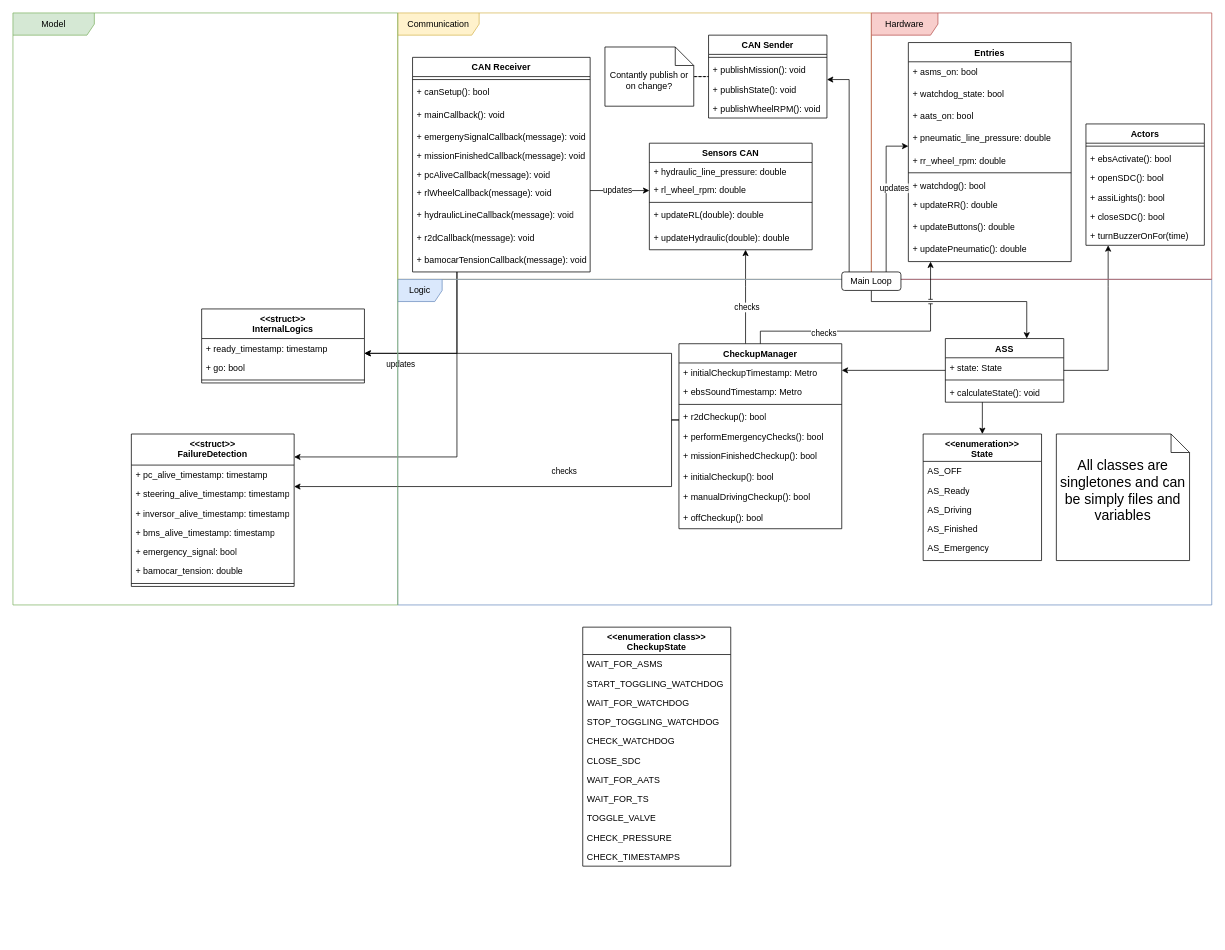
Before: docs/diagrams/Master/master-class-diagram.drawio in fs-feup/el-sw, a draw.io diagram. Source tidied: cells renumbered, new cells numbered last; positions are measured from the earlier drawing's top-left corner, leaving out a move shared by most shapes. Both pictures are drawn from the tidied source at 74%, with x=0, y=0 at pixel (13, 13).
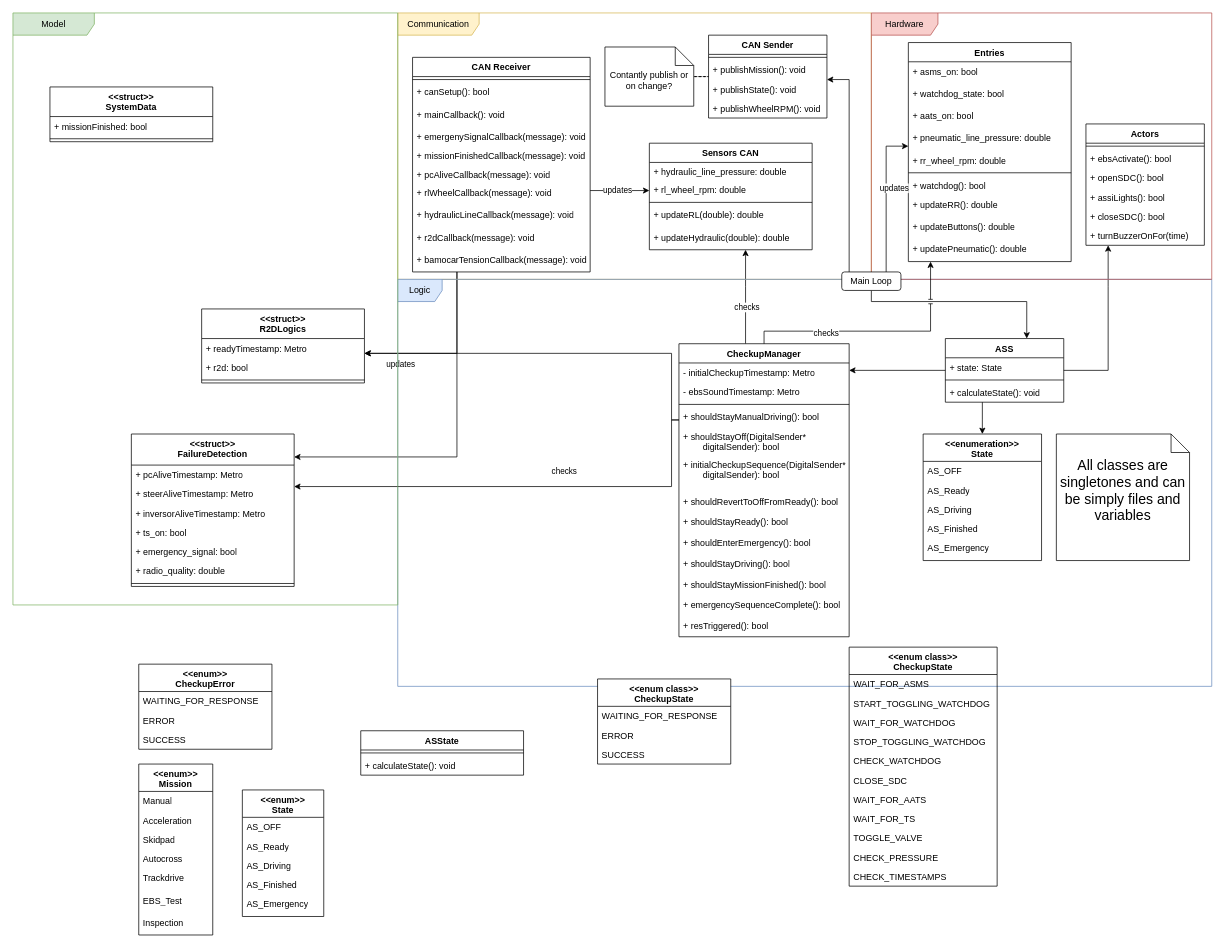
The same diagram, later.

Unchanged cells that the change refers to:
```xml
<mxCell id="78" value="&amp;lt;&amp;lt;struct&amp;gt;&amp;gt;&lt;br&gt;FailureDetection" style="swimlane;fontStyle=1;align=center;verticalAlign=top;horizontal=1;startSize=42;whiteSpace=wrap;html=1;" parent="1" vertex="1">
  <mxGeometry x="160" y="569" width="220" height="206" as="geometry" />
</mxCell>
```

The edit, as a diff of the source:
```diff
@@
     <mxCell id="35" value="CheckupManager" style="swimlane;fontStyle=1;align=center;verticalAlign=top;horizontal=1;startSize=26;whiteSpace=wrap;html=1;" parent="1" vertex="1">
-      <mxGeometry x="900" y="447" width="220" height="250" as="geometry" />
+      <mxGeometry x="900" y="447" width="230" height="396" as="geometry" />
     </mxCell>
-    <mxCell id="36" value="+ initialCheckupTimestamp: Metro" style="text;strokeColor=none;fillColor=none;align=left;verticalAlign=top;spacingLeft=4;spacingRight=4;overflow=hidden;whiteSpace=wrap;html=1;" parent="35" vertex="1">
-      <mxGeometry y="26" width="220" height="26" as="geometry" />
+    <mxCell id="36" value="- initialCheckupTimestamp: Metro" style="text;strokeColor=none;fillColor=none;align=left;verticalAlign=top;spacingLeft=4;spacingRight=4;overflow=hidden;whiteSpace=wrap;html=1;" parent="35" vertex="1">
+      <mxGeometry y="26" width="230" height="26" as="geometry" />
     </mxCell>
-    <mxCell id="37" value="+ ebsSoundTimestamp: Metro" style="text;strokeColor=none;fillColor=none;align=left;verticalAlign=top;spacingLeft=4;spacingRight=4;overflow=hidden;whiteSpace=wrap;html=1;" parent="35" vertex="1">
-      <mxGeometry y="52" width="220" height="26" as="geometry" />
+    <mxCell id="37" value="- ebsSoundTimestamp: Metro" style="text;strokeColor=none;fillColor=none;align=left;verticalAlign=top;spacingLeft=4;spacingRight=4;overflow=hidden;whiteSpace=wrap;html=1;" parent="35" vertex="1">
+      <mxGeometry y="52" width="230" height="26" as="geometry" />
     </mxCell>
     <mxCell id="38" style="line;strokeWidth=1;fillColor=none;align=left;verticalAlign=middle;spacingTop=-1;spacingLeft=3;spacingRight=3;labelPosition=right;strokeColor=inherit;" parent="35" vertex="1">
-      <mxGeometry y="78" width="220" height="8" as="geometry" />
+      <mxGeometry y="78" width="230" height="8" as="geometry" />
     </mxCell>
-    <mxCell id="39" value="+ r2dCheckup(): bool" style="text;strokeColor=none;fillColor=none;align=left;verticalAlign=top;spacingLeft=4;spacingRight=4;overflow=hidden;whiteSpace=wrap;html=1;" parent="35" vertex="1">
-      <mxGeometry y="86" width="220" height="26" as="geometry" />
+    <mxCell id="39" value="+ shouldStayManualDriving(): bool" style="text;strokeColor=none;fillColor=none;align=left;verticalAlign=top;spacingLeft=4;spacingRight=4;overflow=hidden;whiteSpace=wrap;html=1;" parent="35" vertex="1">
+      <mxGeometry y="86" width="230" height="26" as="geometry" />
     </mxCell>
-    <mxCell id="40" value="+ performEmergencyChecks(): bool" style="text;strokeColor=none;fillColor=none;align=left;verticalAlign=top;spacingLeft=4;spacingRight=4;overflow=hidden;whiteSpace=wrap;html=1;" parent="35" vertex="1">
-      <mxGeometry y="112" width="220" height="26" as="geometry" />
+    <mxCell id="40" value="+ shouldStayOff(DigitalSender* &lt;span style=&quot;white-space: pre;&quot;&gt;&#9;&lt;/span&gt;digitalSender): bool" style="text;strokeColor=none;fillColor=none;align=left;verticalAlign=top;spacingLeft=4;spacingRight=4;overflow=hidden;whiteSpace=wrap;html=1;" parent="35" vertex="1">
+      <mxGeometry y="112" width="230" height="38" as="geometry" />
     </mxCell>
-    <mxCell id="41" value="+ missionFinishedCheckup(): bool" style="text;strokeColor=none;fillColor=none;align=left;verticalAlign=top;spacingLeft=4;spacingRight=4;overflow=hidden;whiteSpace=wrap;html=1;" parent="35" vertex="1">
-      <mxGeometry y="138" width="220" height="28" as="geometry" />
+    <mxCell id="41" value="+ initialCheckupSequence(DigitalSender* &lt;span style=&quot;white-space: pre;&quot;&gt;&#9;&lt;/span&gt;digitalSender): bool" style="text;strokeColor=none;fillColor=none;align=left;verticalAlign=top;spacingLeft=4;spacingRight=4;overflow=hidden;whiteSpace=wrap;html=1;" parent="35" vertex="1">
+      <mxGeometry y="150" width="230" height="50" as="geometry" />
     </mxCell>
-    <mxCell id="42" value="+ initialCheckup(): bool" style="text;strokeColor=none;fillColor=none;align=left;verticalAlign=top;spacingLeft=4;spacingRight=4;overflow=hidden;whiteSpace=wrap;html=1;" parent="35" vertex="1">
-      <mxGeometry y="166" width="220" height="28" as="geometry" />
+    <mxCell id="42" value="+ shouldRevertToOffFromReady(): bool" style="text;strokeColor=none;fillColor=none;align=left;verticalAlign=top;spacingLeft=4;spacingRight=4;overflow=hidden;whiteSpace=wrap;html=1;" parent="35" vertex="1">
+      <mxGeometry y="200" width="230" height="28" as="geometry" />
     </mxCell>
-    <mxCell id="43" value="+ manualDrivingCheckup(): bool" style="text;strokeColor=none;fillColor=none;align=left;verticalAlign=top;spacingLeft=4;spacingRight=4;overflow=hidden;whiteSpace=wrap;html=1;" parent="35" vertex="1">
-      <mxGeometry y="194" width="220" height="28" as="geometry" />
+    <mxCell id="43" value="+ shouldStayReady(): bool" style="text;strokeColor=none;fillColor=none;align=left;verticalAlign=top;spacingLeft=4;spacingRight=4;overflow=hidden;whiteSpace=wrap;html=1;" parent="35" vertex="1">
+      <mxGeometry y="228" width="230" height="28" as="geometry" />
     </mxCell>
-    <mxCell id="44" value="+ offCheckup(): bool" style="text;strokeColor=none;fillColor=none;align=left;verticalAlign=top;spacingLeft=4;spacingRight=4;overflow=hidden;whiteSpace=wrap;html=1;" parent="35" vertex="1">
-      <mxGeometry y="222" width="220" height="28" as="geometry" />
+    <mxCell id="44" value="+ shouldEnterEmergency(): bool" style="text;strokeColor=none;fillColor=none;align=left;verticalAlign=top;spacingLeft=4;spacingRight=4;overflow=hidden;whiteSpace=wrap;html=1;" parent="35" vertex="1">
+      <mxGeometry y="256" width="230" height="28" as="geometry" />
     </mxCell>
+    <mxCell id="113" value="+ shouldStayDriving(): bool" style="text;strokeColor=none;fillColor=none;align=left;verticalAlign=top;spacingLeft=4;spacingRight=4;overflow=hidden;whiteSpace=wrap;html=1;" parent="35" vertex="1">
+      <mxGeometry y="284" width="230" height="28" as="geometry" />
+    </mxCell>
+    <mxCell id="114" value="+ shouldStayMissionFinished(): bool" style="text;strokeColor=none;fillColor=none;align=left;verticalAlign=top;spacingLeft=4;spacingRight=4;overflow=hidden;whiteSpace=wrap;html=1;" parent="35" vertex="1">
+      <mxGeometry y="312" width="230" height="28" as="geometry" />
+    </mxCell>
+    <mxCell id="115" value="+ emergencySequenceComplete(): bool" style="text;strokeColor=none;fillColor=none;align=left;verticalAlign=top;spacingLeft=4;spacingRight=4;overflow=hidden;whiteSpace=wrap;html=1;" parent="35" vertex="1">
+      <mxGeometry y="340" width="230" height="28" as="geometry" />
+    </mxCell>
+    <mxCell id="116" value="+ resTriggered(): bool" style="text;strokeColor=none;fillColor=none;align=left;verticalAlign=top;spacingLeft=4;spacingRight=4;overflow=hidden;whiteSpace=wrap;html=1;" parent="35" vertex="1">
+      <mxGeometry y="368" width="230" height="28" as="geometry" />
+    </mxCell>
@@
     <mxCell id="71" value="Logic" style="shape=umlFrame;whiteSpace=wrap;html=1;width=60;height=30;perimeterSpacing=1;strokeColor=#6c8ebf;fillColor=#dae8fc;" parent="1" vertex="1">
-      <mxGeometry x="520" y="360" width="1100" height="440" as="geometry" />
+      <mxGeometry x="520" y="360" width="1100" height="550" as="geometry" />
     </mxCell>
@@
-    <mxCell id="79" value="+ pc_alive_timestamp: timestamp" style="text;strokeColor=none;fillColor=none;align=left;verticalAlign=top;spacingLeft=4;spacingRight=4;overflow=hidden;whiteSpace=wrap;html=1;" parent="78" vertex="1">
+    <mxCell id="79" value="+ pcAliveTimestamp: Metro" style="text;strokeColor=none;fillColor=none;align=left;verticalAlign=top;spacingLeft=4;spacingRight=4;overflow=hidden;whiteSpace=wrap;html=1;" parent="78" vertex="1">
       <mxGeometry y="42" width="220" height="26" as="geometry" />
     </mxCell>
-    <mxCell id="80" value="+ steering_alive_timestamp: timestamp" style="text;strokeColor=none;fillColor=none;align=left;verticalAlign=top;spacingLeft=4;spacingRight=4;overflow=hidden;whiteSpace=wrap;html=1;" parent="78" vertex="1">
+    <mxCell id="80" value="+ steerAliveTimestamp: Metro" style="text;strokeColor=none;fillColor=none;align=left;verticalAlign=top;spacingLeft=4;spacingRight=4;overflow=hidden;whiteSpace=wrap;html=1;" parent="78" vertex="1">
       <mxGeometry y="68" width="220" height="26" as="geometry" />
     </mxCell>
-    <mxCell id="81" value="+ inversor_alive_timestamp: timestamp" style="text;strokeColor=none;fillColor=none;align=left;verticalAlign=top;spacingLeft=4;spacingRight=4;overflow=hidden;whiteSpace=wrap;html=1;" parent="78" vertex="1">
+    <mxCell id="81" value="+ inversorAliveTimestamp: Metro" style="text;strokeColor=none;fillColor=none;align=left;verticalAlign=top;spacingLeft=4;spacingRight=4;overflow=hidden;whiteSpace=wrap;html=1;" parent="78" vertex="1">
       <mxGeometry y="94" width="220" height="26" as="geometry" />
     </mxCell>
-    <mxCell id="82" value="+ bms_alive_timestamp: timestamp" style="text;strokeColor=none;fillColor=none;align=left;verticalAlign=top;spacingLeft=4;spacingRight=4;overflow=hidden;whiteSpace=wrap;html=1;" parent="78" vertex="1">
+    <mxCell id="82" value="+ ts_on: bool" style="text;strokeColor=none;fillColor=none;align=left;verticalAlign=top;spacingLeft=4;spacingRight=4;overflow=hidden;whiteSpace=wrap;html=1;" parent="78" vertex="1">
       <mxGeometry y="120" width="220" height="26" as="geometry" />
     </mxCell>
@@
-    <mxCell id="84" value="+ bamocar_tension: double" style="text;strokeColor=none;fillColor=none;align=left;verticalAlign=top;spacingLeft=4;spacingRight=4;overflow=hidden;whiteSpace=wrap;html=1;" parent="78" vertex="1">
-      <mxGeometry y="172" width="220" height="26" as="geometry" />
-    </mxCell>
+    <mxCell id="117" value="+ radio_quality: double" style="text;strokeColor=none;fillColor=none;align=left;verticalAlign=top;spacingLeft=4;spacingRight=4;overflow=hidden;whiteSpace=wrap;html=1;" parent="78" vertex="1">
+      <mxGeometry y="172" width="220" height="26" as="geometry" />
+    </mxCell>
@@
-    <mxCell id="86" value="&lt;div&gt;&amp;lt;&amp;lt;struct&amp;gt;&amp;gt;&lt;/div&gt;InternalLogics" style="swimlane;fontStyle=1;align=center;verticalAlign=top;horizontal=1;startSize=40;whiteSpace=wrap;html=1;" parent="1" vertex="1">
+    <mxCell id="86" value="&lt;div&gt;&amp;lt;&amp;lt;struct&amp;gt;&amp;gt;&lt;/div&gt;R2DLogics" style="swimlane;fontStyle=1;align=center;verticalAlign=top;horizontal=1;startSize=40;whiteSpace=wrap;html=1;" parent="1" vertex="1">
       <mxGeometry x="255" y="400" width="220" height="100" as="geometry" />
     </mxCell>
-    <mxCell id="87" value="+ ready_timestamp: timestamp" style="text;strokeColor=none;fillColor=none;align=left;verticalAlign=top;spacingLeft=4;spacingRight=4;overflow=hidden;whiteSpace=wrap;html=1;" parent="86" vertex="1">
+    <mxCell id="87" value="+ readyTimestamp: Metro" style="text;strokeColor=none;fillColor=none;align=left;verticalAlign=top;spacingLeft=4;spacingRight=4;overflow=hidden;whiteSpace=wrap;html=1;" parent="86" vertex="1">
       <mxGeometry y="40" width="220" height="26" as="geometry" />
     </mxCell>
-    <mxCell id="88" value="+ go: bool" style="text;strokeColor=none;fillColor=none;align=left;verticalAlign=top;spacingLeft=4;spacingRight=4;overflow=hidden;whiteSpace=wrap;html=1;" parent="86" vertex="1">
+    <mxCell id="88" value="+ r2d: bool" style="text;strokeColor=none;fillColor=none;align=left;verticalAlign=top;spacingLeft=4;spacingRight=4;overflow=hidden;whiteSpace=wrap;html=1;" parent="86" vertex="1">
       <mxGeometry y="66" width="220" height="26" as="geometry" />
     </mxCell>
@@
-    <mxCell id="101" value="&amp;lt;&amp;lt;enumeration class&amp;gt;&amp;gt;&lt;br&gt;CheckupState" style="swimlane;fontStyle=1;align=center;verticalAlign=top;horizontal=1;startSize=37;whiteSpace=wrap;html=1;" parent="1" vertex="1">
-      <mxGeometry x="770" y="830" width="200" height="323" as="geometry" />
+    <mxCell id="101" value="&amp;lt;&amp;lt;enum class&amp;gt;&amp;gt;&lt;br&gt;CheckupState" style="swimlane;fontStyle=1;align=center;verticalAlign=top;horizontal=1;startSize=37;whiteSpace=wrap;html=1;" parent="1" vertex="1">
+      <mxGeometry x="1130" y="857" width="200" height="323" as="geometry" />
     </mxCell>
@@
+    <mxCell id="118" value="&amp;lt;&amp;lt;enum class&amp;gt;&amp;gt;&lt;br&gt;CheckupState" style="swimlane;fontStyle=1;align=center;verticalAlign=top;horizontal=1;startSize=37;whiteSpace=wrap;html=1;" parent="1" vertex="1">
+      <mxGeometry x="790" y="900" width="180" height="115" as="geometry" />
+    </mxCell>
+    <mxCell id="119" value="WAITING_FOR_RESPONSE" style="text;strokeColor=none;fillColor=none;align=left;verticalAlign=top;spacingLeft=4;spacingRight=4;overflow=hidden;whiteSpace=wrap;html=1;" parent="118" vertex="1">
+      <mxGeometry y="37" width="180" height="26" as="geometry" />
+    </mxCell>
+    <mxCell id="120" value="ERROR" style="text;strokeColor=none;fillColor=none;align=left;verticalAlign=top;spacingLeft=4;spacingRight=4;overflow=hidden;whiteSpace=wrap;html=1;" parent="118" vertex="1">
+      <mxGeometry y="63" width="180" height="26" as="geometry" />
+    </mxCell>
+    <mxCell id="121" value="SUCCESS" style="text;strokeColor=none;fillColor=none;align=left;verticalAlign=top;spacingLeft=4;spacingRight=4;overflow=hidden;whiteSpace=wrap;html=1;" parent="118" vertex="1">
+      <mxGeometry y="89" width="180" height="26" as="geometry" />
+    </mxCell>
+    <mxCell id="122" value="ASState" style="swimlane;fontStyle=1;align=center;verticalAlign=top;horizontal=1;startSize=26;whiteSpace=wrap;html=1;" parent="1" vertex="1">
+      <mxGeometry x="470" y="970" width="220" height="60" as="geometry" />
+    </mxCell>
+    <mxCell id="123" style="line;strokeWidth=1;fillColor=none;align=left;verticalAlign=middle;spacingTop=-1;spacingLeft=3;spacingRight=3;labelPosition=right;strokeColor=inherit;" parent="122" vertex="1">
+      <mxGeometry y="26" width="220" height="8" as="geometry" />
+    </mxCell>
+    <mxCell id="124" value="+ calculateState(): void" style="text;strokeColor=none;fillColor=none;align=left;verticalAlign=top;spacingLeft=4;spacingRight=4;overflow=hidden;whiteSpace=wrap;html=1;" parent="122" vertex="1">
+      <mxGeometry y="34" width="220" height="26" as="geometry" />
+    </mxCell>
+    <mxCell id="125" value="&amp;lt;&amp;lt;enum&amp;gt;&amp;gt;&lt;div&gt;CheckupError&lt;br&gt;&lt;/div&gt;" style="swimlane;fontStyle=1;align=center;verticalAlign=top;horizontal=1;startSize=37;whiteSpace=wrap;html=1;" parent="1" vertex="1">
+      <mxGeometry x="170" y="880" width="180" height="115" as="geometry" />
+    </mxCell>
+    <mxCell id="126" value="WAITING_FOR_RESPONSE" style="text;strokeColor=none;fillColor=none;align=left;verticalAlign=top;spacingLeft=4;spacingRight=4;overflow=hidden;whiteSpace=wrap;html=1;" parent="125" vertex="1">
+      <mxGeometry y="37" width="180" height="26" as="geometry" />
+    </mxCell>
+    <mxCell id="127" value="ERROR" style="text;strokeColor=none;fillColor=none;align=left;verticalAlign=top;spacingLeft=4;spacingRight=4;overflow=hidden;whiteSpace=wrap;html=1;" parent="125" vertex="1">
+      <mxGeometry y="63" width="180" height="26" as="geometry" />
+    </mxCell>
+    <mxCell id="128" value="SUCCESS" style="text;strokeColor=none;fillColor=none;align=left;verticalAlign=top;spacingLeft=4;spacingRight=4;overflow=hidden;whiteSpace=wrap;html=1;" parent="125" vertex="1">
+      <mxGeometry y="89" width="180" height="26" as="geometry" />
+    </mxCell>
+    <mxCell id="129" value="&amp;lt;&amp;lt;enum&amp;gt;&amp;gt;&lt;br&gt;State" style="swimlane;fontStyle=1;align=center;verticalAlign=top;horizontal=1;startSize=37;whiteSpace=wrap;html=1;" parent="1" vertex="1">
+      <mxGeometry x="310" y="1050" width="110" height="171" as="geometry" />
+    </mxCell>
+    <mxCell id="130" value="AS_OFF" style="text;strokeColor=none;fillColor=none;align=left;verticalAlign=top;spacingLeft=4;spacingRight=4;overflow=hidden;whiteSpace=wrap;html=1;" parent="129" vertex="1">
+      <mxGeometry y="37" width="110" height="26" as="geometry" />
+    </mxCell>
+    <mxCell id="131" value="AS_Ready" style="text;strokeColor=none;fillColor=none;align=left;verticalAlign=top;spacingLeft=4;spacingRight=4;overflow=hidden;whiteSpace=wrap;html=1;" parent="129" vertex="1">
+      <mxGeometry y="63" width="110" height="26" as="geometry" />
+    </mxCell>
+    <mxCell id="132" value="AS_Driving" style="text;strokeColor=none;fillColor=none;align=left;verticalAlign=top;spacingLeft=4;spacingRight=4;overflow=hidden;whiteSpace=wrap;html=1;" parent="129" vertex="1">
+      <mxGeometry y="89" width="110" height="26" as="geometry" />
+    </mxCell>
+    <mxCell id="133" value="AS_Finished" style="text;strokeColor=none;fillColor=none;align=left;verticalAlign=top;spacingLeft=4;spacingRight=4;overflow=hidden;whiteSpace=wrap;html=1;" parent="129" vertex="1">
+      <mxGeometry y="115" width="110" height="26" as="geometry" />
+    </mxCell>
+    <mxCell id="134" value="AS_Emergency" style="text;strokeColor=none;fillColor=none;align=left;verticalAlign=top;spacingLeft=4;spacingRight=4;overflow=hidden;whiteSpace=wrap;html=1;" parent="129" vertex="1">
+      <mxGeometry y="141" width="110" height="30" as="geometry" />
+    </mxCell>
+    <mxCell id="135" value="&amp;lt;&amp;lt;enum&amp;gt;&amp;gt;&lt;br&gt;Mission" style="swimlane;fontStyle=1;align=center;verticalAlign=top;horizontal=1;startSize=37;whiteSpace=wrap;html=1;" parent="1" vertex="1">
+      <mxGeometry x="170" y="1015" width="100" height="231" as="geometry" />
+    </mxCell>
+    <mxCell id="136" value="Manual" style="text;strokeColor=none;fillColor=none;align=left;verticalAlign=top;spacingLeft=4;spacingRight=4;overflow=hidden;whiteSpace=wrap;html=1;" parent="135" vertex="1">
+      <mxGeometry y="37" width="100" height="26" as="geometry" />
+    </mxCell>
+    <mxCell id="137" value="Acceleration" style="text;strokeColor=none;fillColor=none;align=left;verticalAlign=top;spacingLeft=4;spacingRight=4;overflow=hidden;whiteSpace=wrap;html=1;" parent="135" vertex="1">
+      <mxGeometry y="63" width="100" height="26" as="geometry" />
+    </mxCell>
+    <mxCell id="138" value="Skidpad" style="text;strokeColor=none;fillColor=none;align=left;verticalAlign=top;spacingLeft=4;spacingRight=4;overflow=hidden;whiteSpace=wrap;html=1;" parent="135" vertex="1">
+      <mxGeometry y="89" width="100" height="26" as="geometry" />
+    </mxCell>
+    <mxCell id="139" value="Autocross" style="text;strokeColor=none;fillColor=none;align=left;verticalAlign=top;spacingLeft=4;spacingRight=4;overflow=hidden;whiteSpace=wrap;html=1;" parent="135" vertex="1">
+      <mxGeometry y="115" width="100" height="26" as="geometry" />
+    </mxCell>
+    <mxCell id="140" value="Trackdrive" style="text;strokeColor=none;fillColor=none;align=left;verticalAlign=top;spacingLeft=4;spacingRight=4;overflow=hidden;whiteSpace=wrap;html=1;" parent="135" vertex="1">
+      <mxGeometry y="141" width="100" height="30" as="geometry" />
+    </mxCell>
+    <mxCell id="141" value="EBS_Test" style="text;strokeColor=none;fillColor=none;align=left;verticalAlign=top;spacingLeft=4;spacingRight=4;overflow=hidden;whiteSpace=wrap;html=1;" parent="135" vertex="1">
+      <mxGeometry y="171" width="100" height="30" as="geometry" />
+    </mxCell>
+    <mxCell id="142" value="Inspection" style="text;strokeColor=none;fillColor=none;align=left;verticalAlign=top;spacingLeft=4;spacingRight=4;overflow=hidden;whiteSpace=wrap;html=1;" parent="135" vertex="1">
+      <mxGeometry y="201" width="100" height="30" as="geometry" />
+    </mxCell>
+    <mxCell id="143" value="&lt;div&gt;&amp;lt;&amp;lt;struct&amp;gt;&amp;gt;&lt;/div&gt;SystemData" style="swimlane;fontStyle=1;align=center;verticalAlign=top;horizontal=1;startSize=40;whiteSpace=wrap;html=1;" parent="1" vertex="1">
+      <mxGeometry x="50" y="100" width="220" height="74" as="geometry" />
+    </mxCell>
+    <mxCell id="144" value="+ missionFinished: bool" style="text;strokeColor=none;fillColor=none;align=left;verticalAlign=top;spacingLeft=4;spacingRight=4;overflow=hidden;whiteSpace=wrap;html=1;" parent="143" vertex="1">
+      <mxGeometry y="40" width="220" height="26" as="geometry" />
+    </mxCell>
+    <mxCell id="145" style="line;strokeWidth=1;fillColor=none;align=left;verticalAlign=middle;spacingTop=-1;spacingLeft=3;spacingRight=3;labelPosition=right;strokeColor=inherit;" parent="143" vertex="1">
+      <mxGeometry y="66" width="220" height="8" as="geometry" />
+    </mxCell>
```
